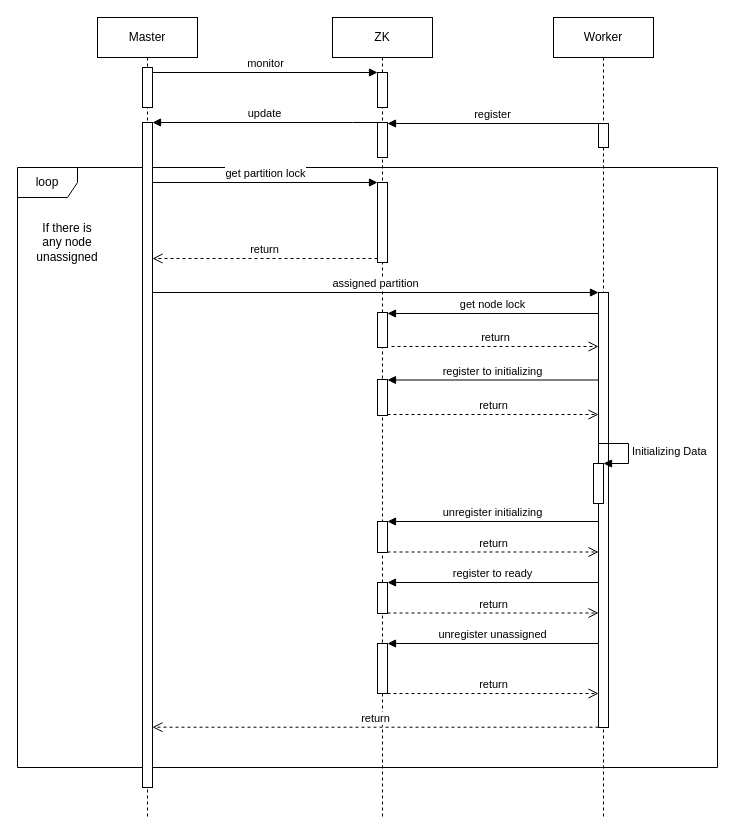
Earlier version of the draw.io diagram page "hot data init" (4 of 4) of Distributed Calculation Design.drawio (dosjia/chart). Source tidied: cells renumbered, new cells numbered last; positions are measured from the earlier drawing's top-left corner, leaving out a move shared by most shapes. Both pictures are drawn from the tidied source at 100%, with x=0, y=0 at pixel (17, 17).
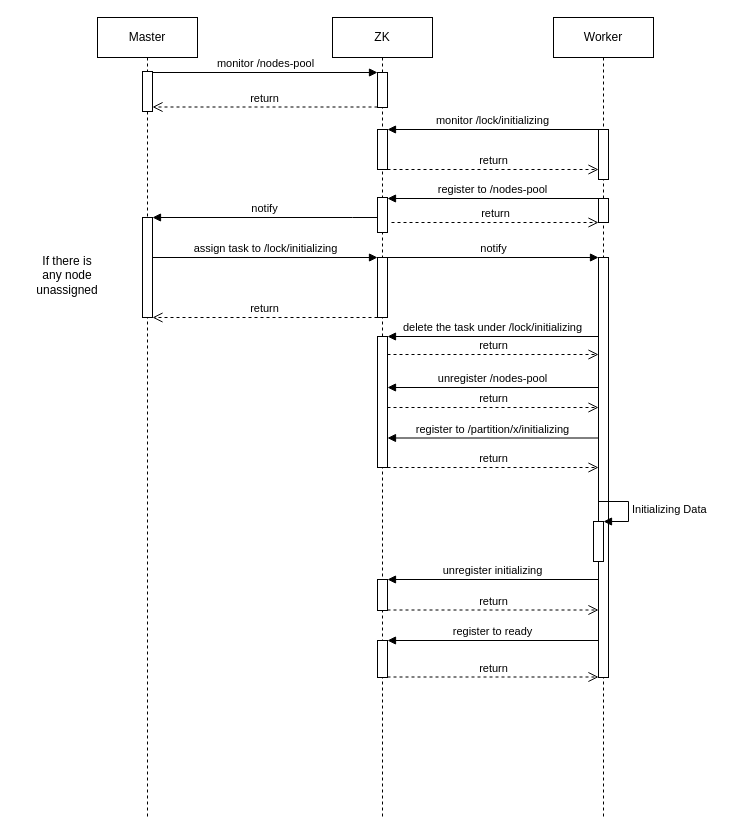
After the change.

Unchanged cells that the change refers to:
```xml
<mxCell id="3" value="Master" style="shape=umlLifeline;perimeter=lifelinePerimeter;whiteSpace=wrap;html=1;" parent="1" vertex="1">
  <mxGeometry x="80" width="100" height="800" as="geometry" />
</mxCell>
<mxCell id="6" value="Worker" style="shape=umlLifeline;perimeter=lifelinePerimeter;whiteSpace=wrap;html=1;" parent="1" vertex="1">
  <mxGeometry x="536" width="100" height="800" as="geometry" />
</mxCell>
<mxCell id="12" value="ZK" style="shape=umlLifeline;perimeter=lifelinePerimeter;whiteSpace=wrap;html=1;" parent="1" vertex="1">
  <mxGeometry x="315" width="100" height="800" as="geometry" />
</mxCell>
```

Change to the diagram source:
```diff
@@
-    <mxCell id="2" value="loop" style="shape=umlFrame;whiteSpace=wrap;html=1;fontColor=none;" parent="1" vertex="1">
-      <mxGeometry y="150" width="700" height="600" as="geometry" />
-    </mxCell>
@@
     <mxCell id="4" style="html=1;points=[];perimeter=orthogonalPerimeter;" parent="3" vertex="1">
-      <mxGeometry x="45" y="50" width="10" height="40" as="geometry" />
+      <mxGeometry x="45" y="54" width="10" height="40" as="geometry" />
     </mxCell>
     <mxCell id="5" style="html=1;points=[];perimeter=orthogonalPerimeter;" parent="3" vertex="1">
-      <mxGeometry x="45" y="105" width="10" height="665" as="geometry" />
+      <mxGeometry x="45" y="200" width="10" height="100" as="geometry" />
     </mxCell>
@@
     <mxCell id="7" style="html=1;points=[];perimeter=orthogonalPerimeter;" parent="6" vertex="1">
-      <mxGeometry x="45" y="106" width="10" height="24" as="geometry" />
+      <mxGeometry x="45" y="181" width="10" height="24" as="geometry" />
     </mxCell>
     <mxCell id="8" style="html=1;points=[];perimeter=orthogonalPerimeter;" parent="6" vertex="1">
-      <mxGeometry x="45" y="275" width="10" height="435" as="geometry" />
+      <mxGeometry x="45" y="240" width="10" height="420" as="geometry" />
     </mxCell>
-    <mxCell id="9" value="return" style="html=1;verticalAlign=bottom;endArrow=open;dashed=1;endSize=8;rounded=0;sourcePerimeterSpacing=0;jumpStyle=line;" parent="6" edge="1" source="18">
+    <mxCell id="9" value="return" style="html=1;verticalAlign=bottom;endArrow=open;dashed=1;endSize=8;rounded=0;sourcePerimeterSpacing=0;jumpStyle=line;" parent="6" edge="1">
       <mxGeometry relative="1" as="geometry">
-        <mxPoint x="45" y="397" as="targetPoint" />
+        <mxPoint x="-166" y="450" as="sourcePoint" />
+        <mxPoint x="45" y="450" as="targetPoint" />
       </mxGeometry>
     </mxCell>
     <mxCell id="10" style="html=1;points=[];perimeter=orthogonalPerimeter;" parent="6" vertex="1">
-      <mxGeometry x="40" y="446" width="10" height="40" as="geometry" />
+      <mxGeometry x="40" y="504" width="10" height="40" as="geometry" />
     </mxCell>
     <mxCell id="11" value="Initializing Data" style="edgeStyle=orthogonalEdgeStyle;html=1;align=left;spacingLeft=2;endArrow=block;rounded=0;entryX=1;entryY=0;sourcePerimeterSpacing=0;jumpStyle=line;" parent="6" edge="1" target="10">
       <mxGeometry relative="1" as="geometry">
-        <mxPoint x="45" y="426" as="sourcePoint" />
+        <mxPoint x="45" y="484" as="sourcePoint" />
         <Array as="points">
-          <mxPoint x="75" y="426" />
+          <mxPoint x="75" y="484" />
         </Array>
       </mxGeometry>
     </mxCell>
+    <mxCell id="34" value="return" style="html=1;verticalAlign=bottom;endArrow=open;dashed=1;endSize=8;rounded=0;sourcePerimeterSpacing=0;jumpStyle=line;exitX=1.4;exitY=1;exitDx=0;exitDy=0;exitPerimeter=0;" parent="6" edge="1">
+      <mxGeometry relative="1" as="geometry">
+        <mxPoint x="-162" y="205" as="sourcePoint" />
+        <mxPoint x="45" y="205" as="targetPoint" />
+        <Array as="points">
+          <mxPoint x="-71" y="205" />
+        </Array>
+      </mxGeometry>
+    </mxCell>
+    <mxCell id="38" style="html=1;points=[];perimeter=orthogonalPerimeter;" parent="6" vertex="1">
+      <mxGeometry x="45" y="112" width="10" height="50" as="geometry" />
+    </mxCell>
+    <mxCell id="39" value="unregister /nodes-pool" style="html=1;verticalAlign=bottom;endArrow=block;rounded=0;sourcePerimeterSpacing=0;jumpStyle=line;" parent="6" edge="1">
+      <mxGeometry relative="1" as="geometry">
+        <mxPoint x="45" y="370" as="sourcePoint" />
+        <mxPoint x="-166" y="370" as="targetPoint" />
+      </mxGeometry>
+    </mxCell>
+    <mxCell id="40" value="return" style="html=1;verticalAlign=bottom;endArrow=open;dashed=1;endSize=8;rounded=0;sourcePerimeterSpacing=0;jumpStyle=line;" parent="6" edge="1">
+      <mxGeometry relative="1" as="geometry">
+        <mxPoint x="-166" y="390" as="sourcePoint" />
+        <mxPoint x="45" y="390" as="targetPoint" />
+      </mxGeometry>
+    </mxCell>
@@
-    <mxCell id="14" value="monitor" style="html=1;verticalAlign=bottom;endArrow=block;rounded=0;" parent="12" edge="1" source="4">
+    <mxCell id="14" value="monitor /nodes-pool" style="html=1;verticalAlign=bottom;endArrow=block;rounded=0;" parent="12" edge="1" source="4">
       <mxGeometry relative="1" as="geometry">
         <mxPoint x="45" y="55" as="targetPoint" />
       </mxGeometry>
     </mxCell>
     <mxCell id="15" style="html=1;points=[];perimeter=orthogonalPerimeter;" parent="12" vertex="1">
-      <mxGeometry x="45" y="105" width="10" height="35" as="geometry" />
+      <mxGeometry x="45" y="180" width="10" height="35" as="geometry" />
     </mxCell>
     <mxCell id="16" style="html=1;points=[];perimeter=orthogonalPerimeter;" parent="12" vertex="1">
-      <mxGeometry x="45" y="165" width="10" height="80" as="geometry" />
+      <mxGeometry x="45" y="240" width="10" height="60" as="geometry" />
     </mxCell>
     <mxCell id="17" style="html=1;perimeter=orthogonalPerimeter;" parent="12" vertex="1">
-      <mxGeometry x="45" y="504" width="10" height="31" as="geometry" />
+      <mxGeometry x="45" y="562" width="10" height="31" as="geometry" />
     </mxCell>
-    <mxCell id="18" style="html=1;points=[];perimeter=orthogonalPerimeter;" parent="12" vertex="1">
-      <mxGeometry x="45" y="362" width="10" height="36" as="geometry" />
-    </mxCell>
     <mxCell id="19" style="html=1;points=[];perimeter=orthogonalPerimeter;" parent="12" vertex="1">
-      <mxGeometry x="45" y="565" width="10" height="31" as="geometry" />
+      <mxGeometry x="45" y="623" width="10" height="37" as="geometry" />
     </mxCell>
-    <mxCell id="20" style="html=1;perimeter=orthogonalPerimeter;" parent="12" vertex="1">
-      <mxGeometry x="45" y="295" width="10" height="35" as="geometry" />
-    </mxCell>
     <mxCell id="21" style="html=1;points=[];perimeter=orthogonalPerimeter;" parent="12" vertex="1">
-      <mxGeometry x="45" y="626" width="10" height="50" as="geometry" />
+      <mxGeometry x="45" y="319" width="10" height="131" as="geometry" />
     </mxCell>
+    <mxCell id="41" style="html=1;perimeter=orthogonalPerimeter;" parent="12" vertex="1">
+      <mxGeometry x="45" y="112" width="10" height="40" as="geometry" />
+    </mxCell>
-    <mxCell id="22" value="update" style="html=1;verticalAlign=bottom;endArrow=block;rounded=0;" parent="1" edge="1" source="15" target="5">
+    <mxCell id="22" value="notify" style="html=1;verticalAlign=bottom;endArrow=block;rounded=0;" parent="1" edge="1">
       <mxGeometry relative="1" as="geometry">
+        <mxPoint x="360" y="200" as="sourcePoint" />
+        <mxPoint x="135" y="200" as="targetPoint" />
         <Array as="points">
-          <mxPoint x="335" y="105" />
+          <mxPoint x="335" y="200" />
         </Array>
       </mxGeometry>
     </mxCell>
-    <mxCell id="23" value="register" style="html=1;verticalAlign=bottom;endArrow=block;rounded=0;sourcePerimeterSpacing=0;jumpStyle=line;" parent="1" edge="1" source="7">
+    <mxCell id="23" value="register to /nodes-pool" style="html=1;verticalAlign=bottom;endArrow=block;rounded=0;sourcePerimeterSpacing=0;jumpStyle=line;" parent="1" edge="1" source="7">
       <mxGeometry relative="1" as="geometry">
-        <mxPoint x="370" y="106" as="targetPoint" />
+        <mxPoint x="370" y="181" as="targetPoint" />
       </mxGeometry>
     </mxCell>
-    <mxCell id="24" value="get partition lock" style="html=1;verticalAlign=bottom;endArrow=block;entryX=0;entryY=0;rounded=0;sourcePerimeterSpacing=0;jumpStyle=line;" parent="1" edge="1" source="5" target="16">
-      <mxGeometry relative="1" as="geometry" />
+    <mxCell id="24" value="assign task to /lock/initializing" style="html=1;verticalAlign=bottom;endArrow=block;entryX=0;entryY=0;rounded=0;sourcePerimeterSpacing=0;jumpStyle=line;" parent="1" edge="1" target="16">
+      <mxGeometry relative="1" as="geometry">
+        <mxPoint x="135" y="240" as="sourcePoint" />
+      </mxGeometry>
     </mxCell>
-    <mxCell id="25" value="return" style="html=1;verticalAlign=bottom;endArrow=open;dashed=1;endSize=8;exitX=0;exitY=0.95;rounded=0;sourcePerimeterSpacing=0;jumpStyle=line;" parent="1" edge="1" source="16" target="5">
-      <mxGeometry relative="1" as="geometry" />
+    <mxCell id="25" value="return" style="html=1;verticalAlign=bottom;endArrow=open;dashed=1;endSize=8;exitX=0;exitY=0.95;rounded=0;sourcePerimeterSpacing=0;jumpStyle=line;" parent="1" edge="1">
+      <mxGeometry relative="1" as="geometry">
+        <mxPoint x="360" y="300" as="sourcePoint" />
+        <mxPoint x="135" y="300" as="targetPoint" />
+      </mxGeometry>
     </mxCell>
-    <mxCell id="26" value="assigned partition" style="html=1;verticalAlign=bottom;endArrow=block;entryX=0;entryY=0;rounded=0;sourcePerimeterSpacing=0;jumpStyle=line;" parent="1" edge="1" source="5" target="8">
+    <mxCell id="26" value="notify" style="html=1;verticalAlign=bottom;endArrow=block;entryX=0;entryY=0;rounded=0;sourcePerimeterSpacing=0;jumpStyle=line;" parent="1" edge="1" source="16" target="8">
       <mxGeometry relative="1" as="geometry" />
     </mxCell>
-    <mxCell id="27" value="return" style="html=1;verticalAlign=bottom;endArrow=open;dashed=1;endSize=8;exitX=0;exitY=0.95;rounded=0;sourcePerimeterSpacing=0;jumpStyle=line;" parent="1" edge="1" target="5">
-      <mxGeometry relative="1" as="geometry">
-        <mxPoint x="581" y="709.7" as="sourcePoint" />
-      </mxGeometry>
-    </mxCell>
     <mxCell id="28" value="unregister initializing" style="html=1;verticalAlign=bottom;endArrow=block;rounded=0;sourcePerimeterSpacing=0;jumpStyle=line;" parent="1" edge="1">
       <mxGeometry relative="1" as="geometry">
-        <mxPoint x="581" y="504" as="sourcePoint" />
-        <mxPoint x="370" y="504" as="targetPoint" />
+        <mxPoint x="581" y="562" as="sourcePoint" />
+        <mxPoint x="370" y="562" as="targetPoint" />
       </mxGeometry>
     </mxCell>
     <mxCell id="29" value="return" style="html=1;verticalAlign=bottom;endArrow=open;dashed=1;endSize=8;rounded=0;sourcePerimeterSpacing=0;jumpStyle=line;" parent="1" edge="1">
       <mxGeometry relative="1" as="geometry">
-        <mxPoint x="370" y="534.5" as="sourcePoint" />
-        <mxPoint x="581" y="534.5" as="targetPoint" />
+        <mxPoint x="370" y="592.5" as="sourcePoint" />
+        <mxPoint x="581" y="592.5" as="targetPoint" />
       </mxGeometry>
     </mxCell>
-    <mxCell id="30" value="register to initializing" style="html=1;verticalAlign=bottom;endArrow=block;rounded=0;sourcePerimeterSpacing=0;jumpStyle=line;" parent="1" edge="1">
+    <mxCell id="30" value="register to /partition/x/initializing" style="html=1;verticalAlign=bottom;endArrow=block;rounded=0;sourcePerimeterSpacing=0;jumpStyle=line;" parent="1" edge="1">
       <mxGeometry relative="1" as="geometry">
-        <mxPoint x="581" y="362.5" as="sourcePoint" />
-        <mxPoint x="370" y="362.5" as="targetPoint" />
+        <mxPoint x="581" y="420.5" as="sourcePoint" />
+        <mxPoint x="370" y="420.5" as="targetPoint" />
       </mxGeometry>
     </mxCell>
     <mxCell id="31" value="register to ready" style="html=1;verticalAlign=bottom;endArrow=block;rounded=0;sourcePerimeterSpacing=0;jumpStyle=line;" parent="1" edge="1" target="19">
       <mxGeometry relative="1" as="geometry">
-        <mxPoint x="581" y="565" as="sourcePoint" />
+        <mxPoint x="581" y="623" as="sourcePoint" />
       </mxGeometry>
     </mxCell>
     <mxCell id="32" value="return" style="html=1;verticalAlign=bottom;endArrow=open;dashed=1;endSize=8;rounded=0;sourcePerimeterSpacing=0;jumpStyle=line;" parent="1" edge="1">
       <mxGeometry relative="1" as="geometry">
-        <mxPoint x="370" y="595.5" as="sourcePoint" />
-        <mxPoint x="581" y="595.5" as="targetPoint" />
+        <mxPoint x="370" y="659.5" as="sourcePoint" />
+        <mxPoint x="581" y="659.5" as="targetPoint" />
       </mxGeometry>
     </mxCell>
-    <mxCell id="33" value="get node lock" style="html=1;verticalAlign=bottom;endArrow=block;rounded=0;sourcePerimeterSpacing=0;jumpStyle=line;" parent="1" edge="1" source="8">
-      <mxGeometry relative="1" as="geometry">
-        <mxPoint x="370" y="296" as="targetPoint" />
-      </mxGeometry>
-    </mxCell>
-    <mxCell id="34" value="return" style="html=1;verticalAlign=bottom;endArrow=open;dashed=1;endSize=8;rounded=0;sourcePerimeterSpacing=0;jumpStyle=line;exitX=1.4;exitY=1;exitDx=0;exitDy=0;exitPerimeter=0;" parent="1" edge="1" target="8">
-      <mxGeometry relative="1" as="geometry">
-        <mxPoint x="374" y="329" as="sourcePoint" />
-        <Array as="points">
-          <mxPoint x="465" y="329" />
-        </Array>
-      </mxGeometry>
-    </mxCell>
-    <mxCell id="35" value="unregister unassigned" style="html=1;verticalAlign=bottom;endArrow=block;rounded=0;sourcePerimeterSpacing=0;jumpStyle=line;" parent="1" edge="1" target="21">
+    <mxCell id="35" value="delete the task under /lock/initializing" style="html=1;verticalAlign=bottom;endArrow=block;rounded=0;sourcePerimeterSpacing=0;jumpStyle=line;" parent="1" edge="1" target="21">
       <mxGeometry relative="1" as="geometry">
-        <mxPoint x="581" y="626" as="sourcePoint" />
+        <mxPoint x="581" y="319" as="sourcePoint" />
       </mxGeometry>
     </mxCell>
     <mxCell id="36" value="return" style="html=1;verticalAlign=bottom;endArrow=open;dashed=1;endSize=8;rounded=0;sourcePerimeterSpacing=0;jumpStyle=line;" parent="1" edge="1">
       <mxGeometry relative="1" as="geometry">
-        <mxPoint x="370" y="676" as="sourcePoint" />
-        <mxPoint x="581" y="676" as="targetPoint" />
+        <mxPoint x="370" y="337" as="sourcePoint" />
+        <mxPoint x="581" y="337" as="targetPoint" />
       </mxGeometry>
     </mxCell>
     <mxCell id="37" value="If there is any node unassigned" style="text;html=1;strokeColor=none;fillColor=none;align=center;verticalAlign=middle;whiteSpace=wrap;rounded=0;fontColor=none;" parent="1" vertex="1">
-      <mxGeometry x="20" y="210" width="60" height="30" as="geometry" />
+      <mxGeometry x="20" y="243" width="60" height="30" as="geometry" />
     </mxCell>
+    <mxCell id="42" value="monitor /lock/initializing" style="html=1;verticalAlign=bottom;endArrow=block;rounded=0;" parent="1" edge="1">
+      <mxGeometry relative="1" as="geometry">
+        <mxPoint x="581" y="112" as="sourcePoint" />
+        <mxPoint x="370" y="112" as="targetPoint" />
+      </mxGeometry>
+    </mxCell>
+    <mxCell id="43" value="return" style="html=1;verticalAlign=bottom;endArrow=open;dashed=1;endSize=8;rounded=0;" parent="1" edge="1" target="38">
+      <mxGeometry relative="1" as="geometry">
+        <mxPoint x="370" y="152" as="sourcePoint" />
+      </mxGeometry>
+    </mxCell>
+    <mxCell id="44" value="return" style="html=1;verticalAlign=bottom;endArrow=open;dashed=1;endSize=8;rounded=0;sourcePerimeterSpacing=0;jumpStyle=line;" parent="1" edge="1">
+      <mxGeometry relative="1" as="geometry">
+        <mxPoint x="360" y="89.5" as="sourcePoint" />
+        <mxPoint x="135" y="89.5" as="targetPoint" />
+      </mxGeometry>
+    </mxCell>
```
